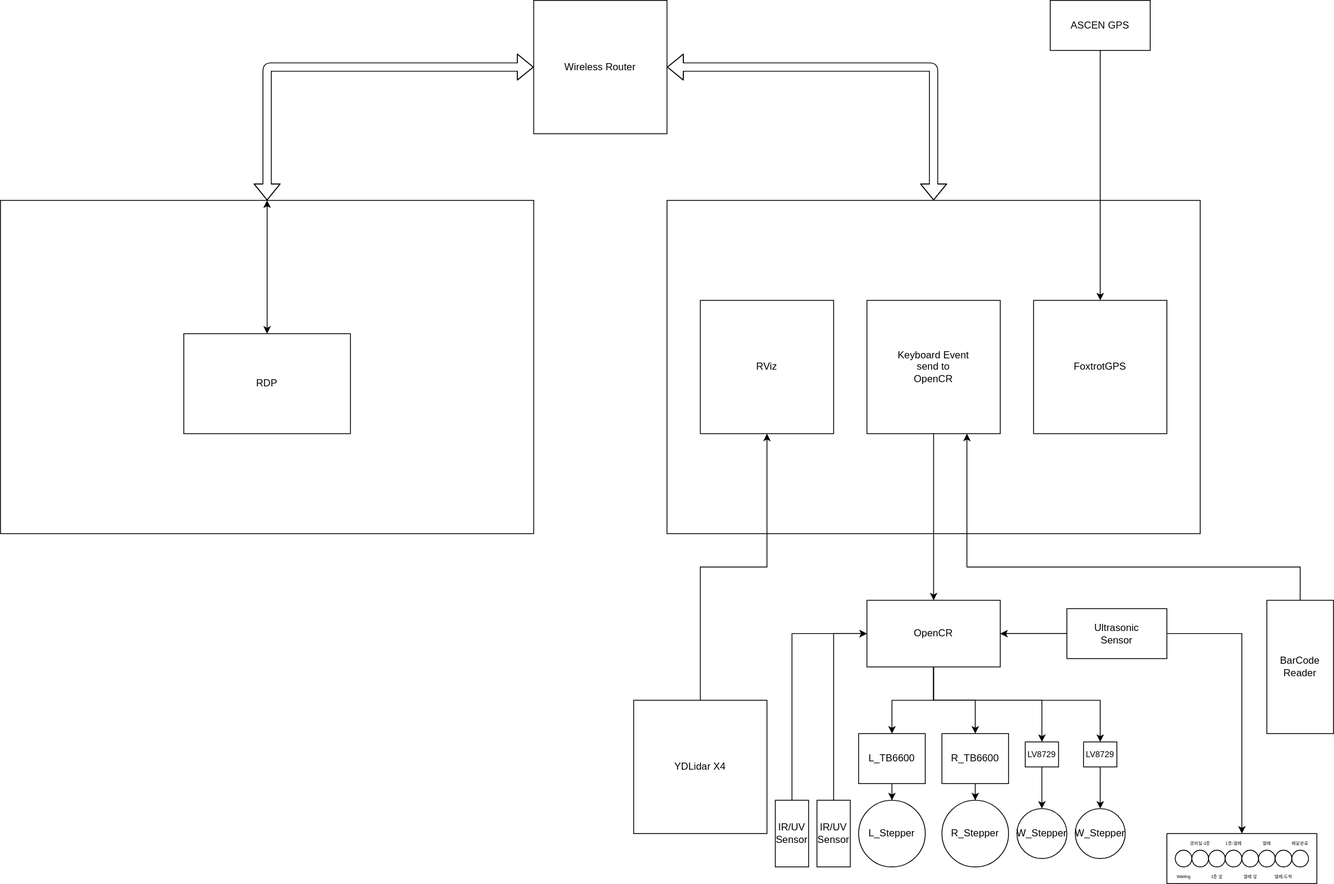
The draw.io diagram doc/System_manual.drawio.svg in kor-taeyoon/KW-Express, before a commit. Source tidied: cells renumbered, new cells last; positions are measured from the earlier drawing's top-left corner, leaving out a move shared by most shapes.
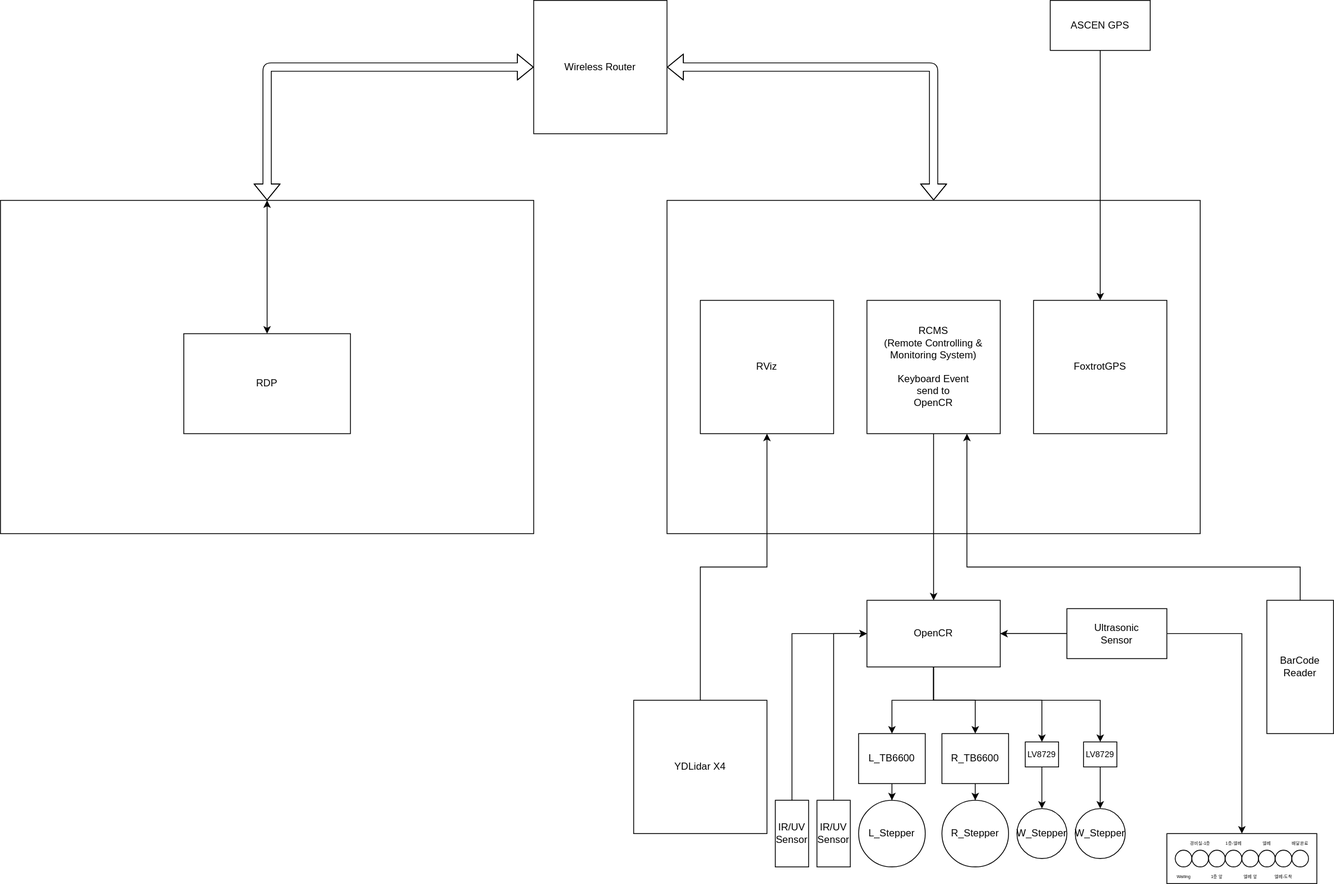
After the commit.

What changed in the source:
```diff
@@ -11,7 +11,7 @@
     <mxCell id="4" style="edgeStyle=orthogonalEdgeStyle;rounded=0;jettySize=auto;html=1;entryX=0.5;entryY=0;entryDx=0;entryDy=0;" parent="1" edge="1" source="5" target="14">
       <mxGeometry relative="1" as="geometry" />
     </mxCell>
-    <mxCell id="5" value="Keyboard Event&lt;br&gt;send to&lt;br&gt;OpenCR" style="whiteSpace=wrap;html=1;" parent="1" vertex="1">
+    <mxCell id="5" value="RCMS&lt;br&gt;(Remote Controlling &amp;amp; Monitoring System)&lt;br&gt;&lt;br&gt;Keyboard Event&lt;br&gt;send to&lt;br&gt;OpenCR" style="whiteSpace=wrap;html=1;" parent="1" vertex="1">
       <mxGeometry x="1040" y="360" width="160" height="160" as="geometry" />
     </mxCell>
     <mxCell id="6" style="edgeStyle=orthogonalEdgeStyle;rounded=0;jettySize=auto;html=1;entryX=0.5;entryY=0;entryDx=0;entryDy=0;" parent="1" edge="1" source="7" target="3">
```
